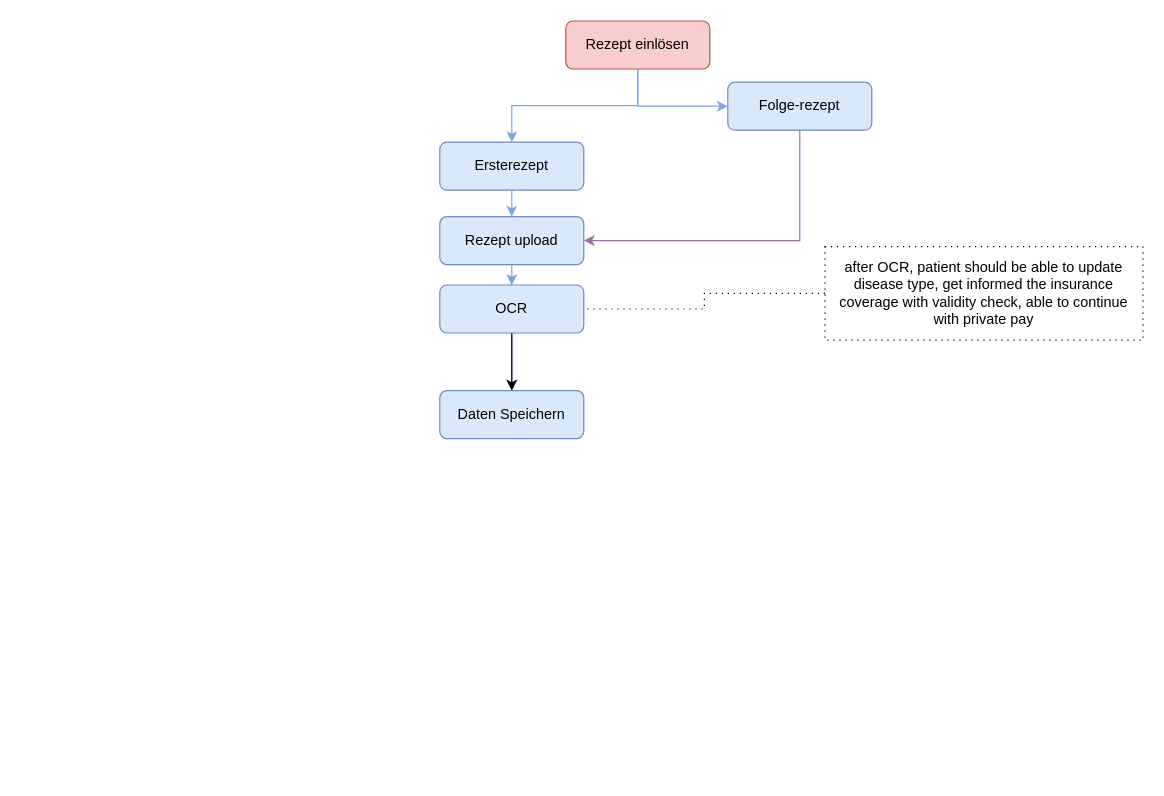
Before: page "Rezept einlosen" (2 of 3) of Untitled Diagram.drawio in Fredabb/MediMark-roadmap, a draw.io diagram. Source tidied: cells renumbered, new cells numbered last; positions are measured from the earlier drawing's top-left corner, leaving out a move shared by most shapes. Both pictures are drawn from the tidied source at 120%, with x=0, y=0 at pixel (439, 20).
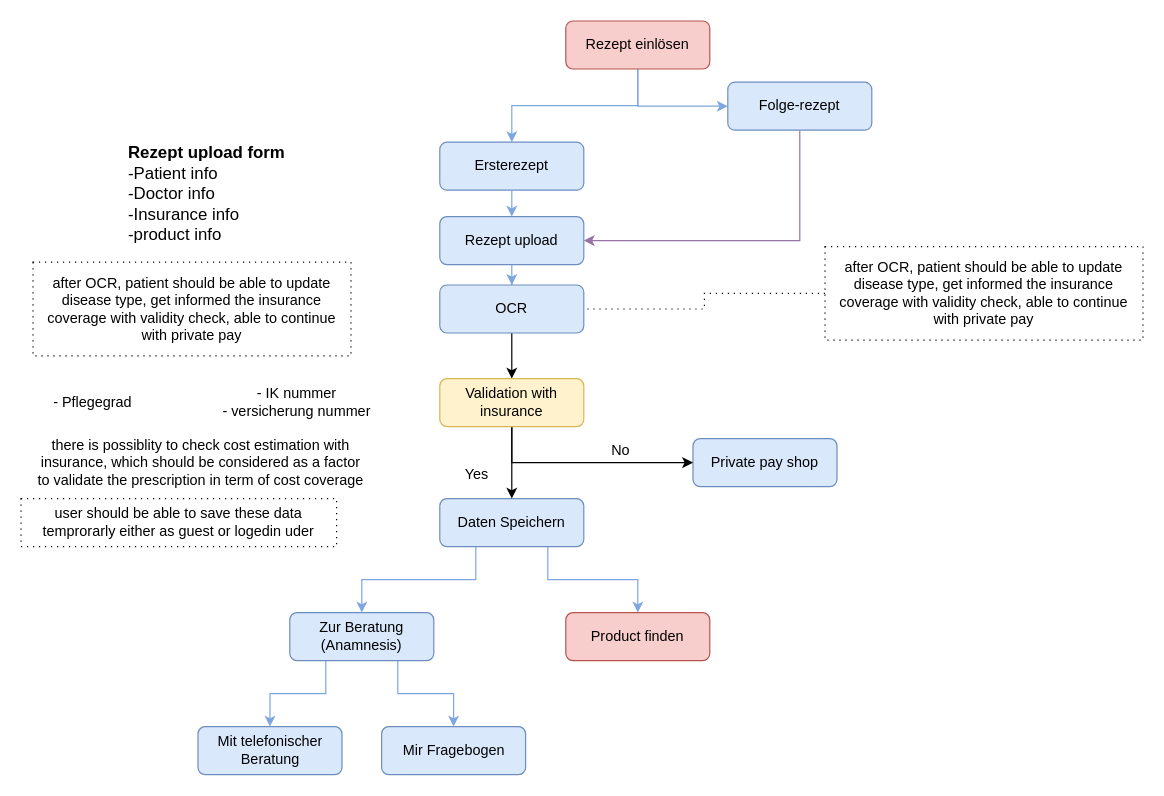
After the change.

Unchanged cells that the change refers to:
```xml
<mxCell id="12" value="OCR" style="rounded=1;whiteSpace=wrap;html=1;fontSize=12;glass=0;strokeWidth=1;shadow=0;fillColor=#dae8fc;strokeColor=#6c8ebf;" parent="1" vertex="1">
  <mxGeometry y="220" width="120" height="40" as="geometry" />
</mxCell>
```

The edit, as a diff of the source:
```diff
@@
-    <mxCell id="10" style="edgeStyle=orthogonalEdgeStyle;rounded=0;jettySize=auto;html=1;strokeColor=#7EA6E0;" parent="1" edge="1" source="12" target="13">
-      <mxGeometry relative="1" as="geometry" />
-    </mxCell>
-    <mxCell id="11" style="edgeStyle=orthogonalEdgeStyle;rounded=0;jettySize=auto;html=1;strokeColor=#000000;" parent="1" edge="1" source="12" target="13">
-      <mxGeometry relative="1" as="geometry" />
-    </mxCell>
+    <mxCell id="17" style="edgeStyle=orthogonalEdgeStyle;rounded=0;jettySize=auto;html=1;exitX=0.5;exitY=1;exitDx=0;exitDy=0;entryX=0.5;entryY=0;entryDx=0;entryDy=0;strokeColor=#000000;" parent="1" edge="1" source="12" target="27">
+      <mxGeometry relative="1" as="geometry" />
+    </mxCell>
@@
+    <mxCell id="18" style="edgeStyle=orthogonalEdgeStyle;rounded=0;jettySize=auto;html=1;exitX=0.75;exitY=1;exitDx=0;exitDy=0;entryX=0.5;entryY=0;entryDx=0;entryDy=0;strokeColor=#7EA6E0;" parent="1" edge="1" source="13" target="33">
+      <mxGeometry relative="1" as="geometry" />
+    </mxCell>
+    <mxCell id="19" style="edgeStyle=orthogonalEdgeStyle;rounded=0;jettySize=auto;html=1;exitX=0.25;exitY=1;exitDx=0;exitDy=0;entryX=0.5;entryY=0;entryDx=0;entryDy=0;strokeColor=#7EA6E0;" parent="1" edge="1" source="13" target="32">
+      <mxGeometry relative="1" as="geometry" />
+    </mxCell>
     <mxCell id="13" value="Daten Speichern" style="rounded=1;whiteSpace=wrap;html=1;fontSize=12;glass=0;strokeWidth=1;shadow=0;fillColor=#dae8fc;strokeColor=#6c8ebf;" parent="1" vertex="1">
-      <mxGeometry y="308" width="120" height="40" as="geometry" />
+      <mxGeometry y="398" width="120" height="40" as="geometry" />
     </mxCell>
@@
+    <mxCell id="20" value="&lt;div style=&quot;text-align: left&quot;&gt;&lt;b style=&quot;font-size: 14px&quot;&gt;Rezept upload form&lt;/b&gt;&lt;/div&gt;&lt;font&gt;&lt;div style=&quot;text-align: left&quot;&gt;&lt;span style=&quot;font-size: 14px&quot;&gt;-Patient info&lt;/span&gt;&lt;/div&gt;&lt;font style=&quot;font-size: 14px&quot;&gt;&lt;div style=&quot;text-align: left&quot;&gt;&lt;span&gt;-Doctor info&lt;/span&gt;&lt;/div&gt;&lt;div style=&quot;text-align: left&quot;&gt;&lt;span&gt;-Insurance info&lt;/span&gt;&lt;/div&gt;&lt;div style=&quot;text-align: left&quot;&gt;&lt;span&gt;-product info&lt;/span&gt;&lt;/div&gt;&lt;/font&gt;&lt;div style=&quot;text-align: left&quot;&gt;&lt;br&gt;&lt;/div&gt;&lt;/font&gt;" style="text;html=1;strokeColor=none;fillColor=none;align=center;verticalAlign=middle;whiteSpace=wrap;rounded=0;" parent="1" vertex="1">
+      <mxGeometry x="-279" y="141" width="170" height="20" as="geometry" />
+    </mxCell>
+    <mxCell id="21" value="- Pflegegrad" style="text;html=1;strokeColor=none;fillColor=none;align=center;verticalAlign=middle;whiteSpace=wrap;rounded=0;" parent="1" vertex="1">
+      <mxGeometry x="-329" y="308" width="80" height="20" as="geometry" />
+    </mxCell>
+    <mxCell id="22" value="Private pay shop" style="rounded=1;whiteSpace=wrap;html=1;fontSize=12;glass=0;strokeWidth=1;shadow=0;fillColor=#dae8fc;strokeColor=#6c8ebf;" parent="1" vertex="1">
+      <mxGeometry x="211" y="348" width="120" height="40" as="geometry" />
+    </mxCell>
+    <mxCell id="23" value="No" style="text;html=1;strokeColor=none;fillColor=none;align=center;verticalAlign=middle;whiteSpace=wrap;rounded=0;" parent="1" vertex="1">
+      <mxGeometry x="131" y="348" width="40" height="20" as="geometry" />
+    </mxCell>
+    <mxCell id="24" value="Yes" style="text;html=1;strokeColor=none;fillColor=none;align=center;verticalAlign=middle;whiteSpace=wrap;rounded=0;" parent="1" vertex="1">
+      <mxGeometry x="11" y="368" width="40" height="20" as="geometry" />
+    </mxCell>
+    <mxCell id="25" style="edgeStyle=orthogonalEdgeStyle;rounded=0;jettySize=auto;html=1;exitX=0.5;exitY=1;exitDx=0;exitDy=0;entryX=0.5;entryY=0;entryDx=0;entryDy=0;strokeColor=#000000;" parent="1" edge="1" source="27" target="13">
+      <mxGeometry relative="1" as="geometry" />
+    </mxCell>
+    <mxCell id="26" style="edgeStyle=orthogonalEdgeStyle;rounded=0;jettySize=auto;html=1;exitX=0.5;exitY=1;exitDx=0;exitDy=0;entryX=0;entryY=0.5;entryDx=0;entryDy=0;strokeColor=#000000;" parent="1" edge="1" source="27" target="22">
+      <mxGeometry relative="1" as="geometry" />
+    </mxCell>
+    <mxCell id="27" value="Validation with insurance" style="rounded=1;whiteSpace=wrap;html=1;fontSize=12;glass=0;strokeWidth=1;shadow=0;fillColor=#fff2cc;strokeColor=#d6b656;" parent="1" vertex="1">
+      <mxGeometry y="298" width="120" height="40" as="geometry" />
+    </mxCell>
+    <mxCell id="28" value="- IK nummer&lt;br&gt;- versicherung nummer" style="text;html=1;strokeColor=none;fillColor=none;align=center;verticalAlign=middle;whiteSpace=wrap;rounded=0;" parent="1" vertex="1">
+      <mxGeometry x="-189" y="308" width="140" height="20" as="geometry" />
+    </mxCell>
+    <mxCell id="29" value="there is possiblity to check cost estimation with insurance, which should be considered as a factor to validate the prescription in term of cost coverage" style="text;html=1;strokeColor=none;fillColor=none;align=center;verticalAlign=middle;whiteSpace=wrap;rounded=0;" parent="1" vertex="1">
+      <mxGeometry x="-339" y="358" width="280" height="20" as="geometry" />
+    </mxCell>
+    <mxCell id="30" style="edgeStyle=orthogonalEdgeStyle;rounded=0;jettySize=auto;html=1;exitX=0.25;exitY=1;exitDx=0;exitDy=0;entryX=0.5;entryY=0;entryDx=0;entryDy=0;strokeColor=#7EA6E0;" parent="1" edge="1" source="32" target="35">
+      <mxGeometry relative="1" as="geometry" />
+    </mxCell>
+    <mxCell id="31" style="edgeStyle=orthogonalEdgeStyle;rounded=0;jettySize=auto;html=1;exitX=0.75;exitY=1;exitDx=0;exitDy=0;entryX=0.5;entryY=0;entryDx=0;entryDy=0;strokeColor=#7EA6E0;" parent="1" edge="1" source="32" target="34">
+      <mxGeometry relative="1" as="geometry" />
+    </mxCell>
+    <mxCell id="32" value="Zur Beratung (Anamnesis)" style="rounded=1;whiteSpace=wrap;html=1;fontSize=12;glass=0;strokeWidth=1;shadow=0;fillColor=#dae8fc;strokeColor=#6c8ebf;" parent="1" vertex="1">
+      <mxGeometry x="-125" y="493" width="120" height="40" as="geometry" />
+    </mxCell>
+    <mxCell id="33" value="Product finden" style="rounded=1;whiteSpace=wrap;html=1;fontSize=12;glass=0;strokeWidth=1;shadow=0;fillColor=#f8cecc;strokeColor=#b85450;" parent="1" vertex="1">
+      <mxGeometry x="105" y="493" width="120" height="40" as="geometry" />
+    </mxCell>
+    <mxCell id="34" value="Mir Fragebogen" style="rounded=1;whiteSpace=wrap;html=1;fontSize=12;glass=0;strokeWidth=1;shadow=0;fillColor=#dae8fc;strokeColor=#6c8ebf;" parent="1" vertex="1">
+      <mxGeometry x="-48.5" y="588" width="120" height="40" as="geometry" />
+    </mxCell>
+    <mxCell id="35" value="Mit telefonischer Beratung" style="rounded=1;whiteSpace=wrap;html=1;fillColor=#dae8fc;strokeColor=#6c8ebf;" parent="1" vertex="1">
+      <mxGeometry x="-201.5" y="588" width="120" height="40" as="geometry" />
+    </mxCell>
+    <mxCell id="36" value="user should be able to save these data temprorarly either as guest or logedin uder" style="text;html=1;fillColor=none;align=center;verticalAlign=middle;whiteSpace=wrap;rounded=0;strokeColor=#000000;dashed=1;dashPattern=1 4;" parent="1" vertex="1">
+      <mxGeometry x="-349" y="398" width="263" height="40" as="geometry" />
+    </mxCell>
+    <mxCell id="37" value="after OCR, patient should be able to update disease type, get informed the insurance coverage with validity check, able to continue with private pay" style="text;html=1;fillColor=none;align=center;verticalAlign=middle;whiteSpace=wrap;rounded=0;dashed=1;dashPattern=1 4;strokeColor=#000000;" parent="1" vertex="1">
+      <mxGeometry x="-339" y="201" width="265" height="78" as="geometry" />
+    </mxCell>
```
